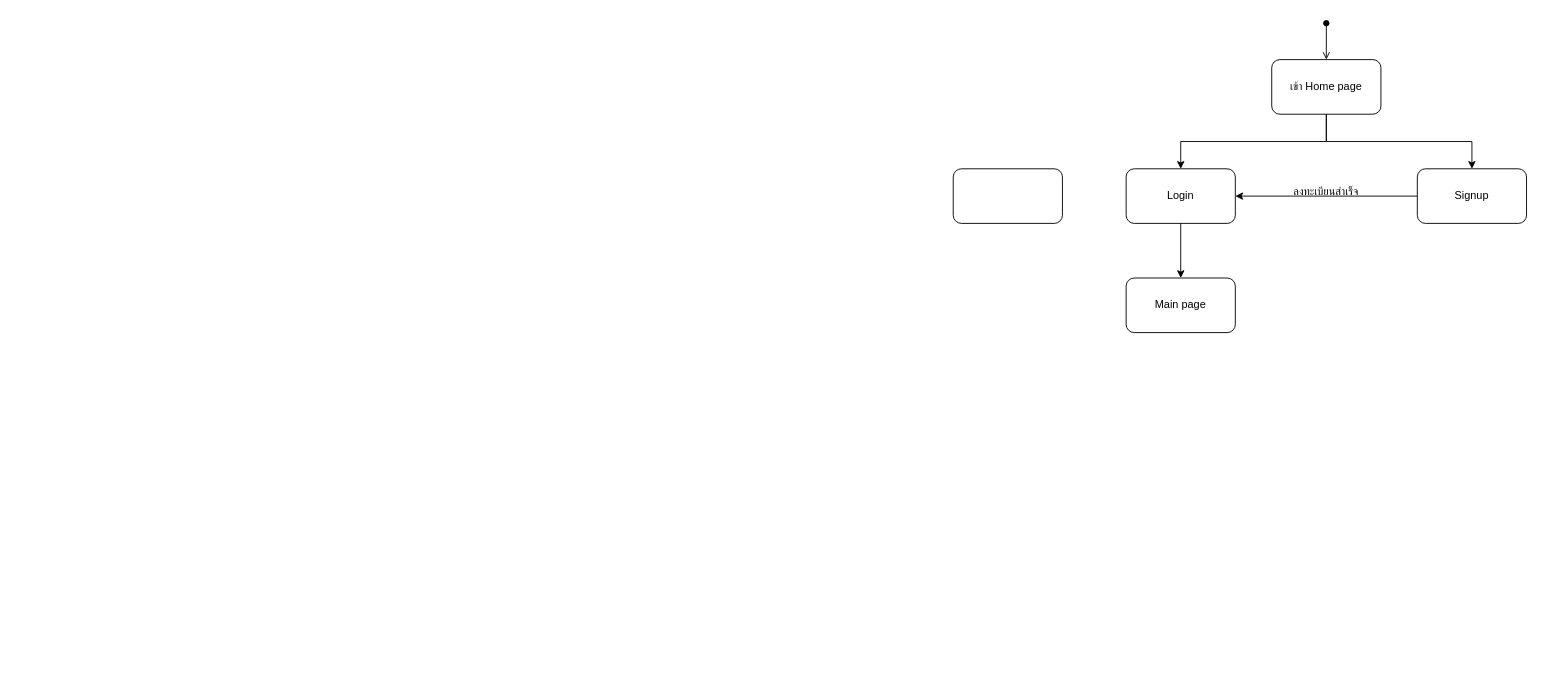
This is ActivityDiagram.drawio from AutomatedAssessmentofPythonProgramming/CEProject65-41, a draw.io file, before an edit. Source tidied: cells renumbered, new cells numbered last; positions are measured from the earlier drawing's top-left corner, leaving out a move shared by most shapes. Both pictures are drawn from the tidied source at 91%, with x=0, y=0 at pixel (953, 23).
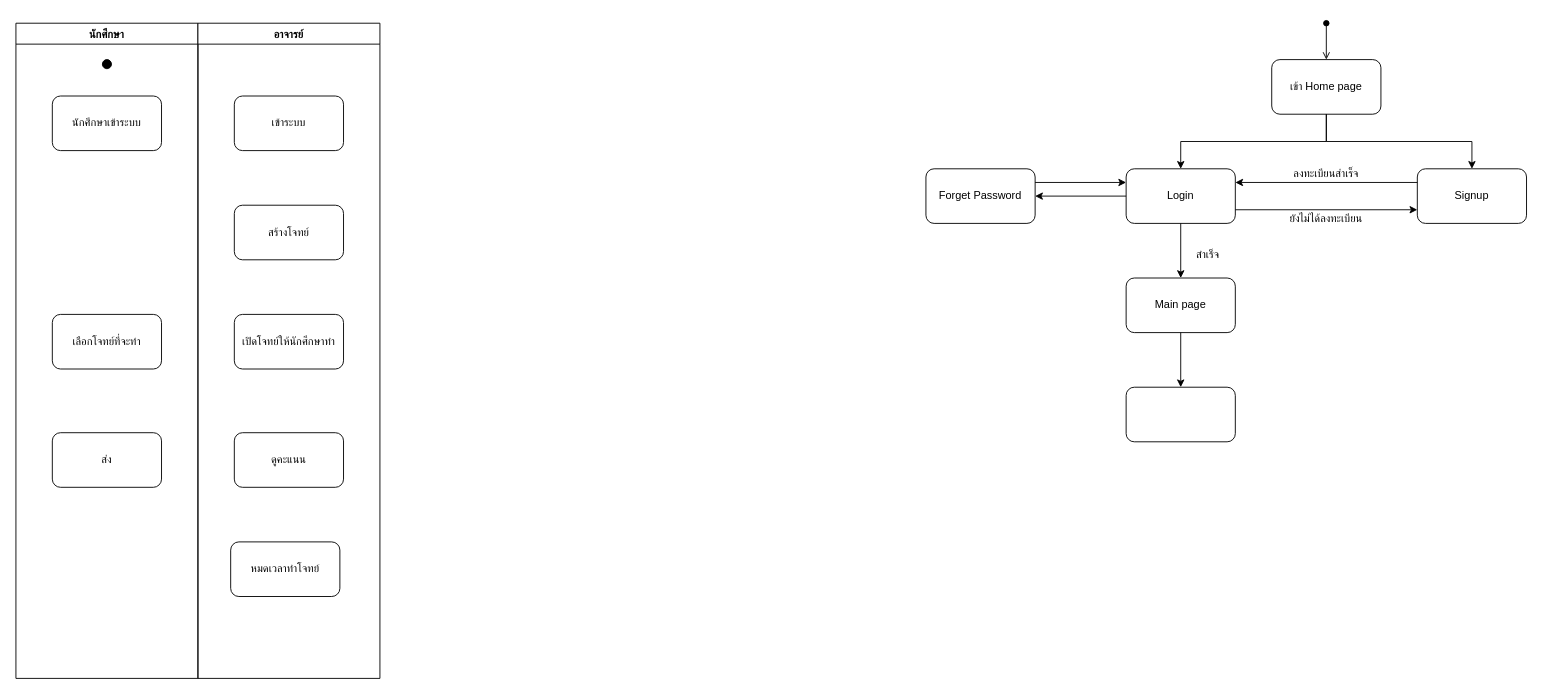
The same page after the edit.

The change refers to these unchanged cells:
```xml
<mxCell id="6" value="Login" style="rounded=1;whiteSpace=wrap;html=1;" parent="1" vertex="1">
  <mxGeometry x="190" y="160" width="120" height="60" as="geometry" />
</mxCell>
<mxCell id="7" value="Signup" style="rounded=1;whiteSpace=wrap;html=1;" parent="1" vertex="1">
  <mxGeometry x="510" y="160" width="120" height="60" as="geometry" />
</mxCell>
<mxCell id="9" value="Main page" style="rounded=1;whiteSpace=wrap;html=1;" parent="1" vertex="1">
  <mxGeometry x="190" y="280" width="120" height="60" as="geometry" />
</mxCell>
```

The edit, as a diff of the source:
```diff
@@
-    <mxCell id="10" style="endArrow=classic;html=1;rounded=0;exitX=0;exitY=0.5;exitDx=0;exitDy=0;entryX=1;entryY=0.5;entryDx=0;entryDy=0;" parent="1" edge="1" source="7" target="6">
+    <mxCell id="10" style="endArrow=classic;html=1;rounded=0;exitX=0;exitY=0.25;exitDx=0;exitDy=0;entryX=1;entryY=0.25;entryDx=0;entryDy=0;" parent="1" edge="1" source="7" target="6">
       <mxGeometry relative="1" as="geometry" />
     </mxCell>
     <mxCell id="11" value="ลงทะเบียนสำเร็จ" style="text;html=1;strokeColor=none;fillColor=none;align=center;verticalAlign=middle;whiteSpace=wrap;rounded=0;" parent="1" vertex="1">
-      <mxGeometry x="360" y="170" width="100" height="30" as="geometry" />
+      <mxGeometry x="360" y="150" width="100" height="30" as="geometry" />
     </mxCell>
-    <mxCell id="12" style="rounded=1;whiteSpace=wrap;html=1;" parent="1" vertex="1">
-      <mxGeometry y="160" width="120" height="60" as="geometry" />
+    <mxCell id="12" value="Forget Password" style="rounded=1;whiteSpace=wrap;html=1;" parent="1" vertex="1">
+      <mxGeometry x="-30" y="160" width="120" height="60" as="geometry" />
     </mxCell>
+    <mxCell id="13" value="สำเร็จ" style="text;html=1;strokeColor=none;fillColor=none;align=center;verticalAlign=middle;whiteSpace=wrap;rounded=0;" parent="1" vertex="1">
+      <mxGeometry x="250" y="240" width="60" height="30" as="geometry" />
+    </mxCell>
+    <mxCell id="14" style="endArrow=classic;html=1;rounded=0;exitX=0;exitY=0.5;exitDx=0;exitDy=0;entryX=1;entryY=0.5;entryDx=0;entryDy=0;" parent="1" edge="1" source="6" target="12">
+      <mxGeometry relative="1" as="geometry" />
+    </mxCell>
+    <mxCell id="15" style="endArrow=classic;html=1;rounded=0;entryX=0;entryY=0.75;entryDx=0;entryDy=0;exitX=1;exitY=0.75;exitDx=0;exitDy=0;" parent="1" edge="1" source="6" target="7">
+      <mxGeometry relative="1" as="geometry" />
+    </mxCell>
+    <mxCell id="16" value="ยังไม่ได้ลงทะเบียน" style="text;html=1;strokeColor=none;fillColor=none;align=center;verticalAlign=middle;whiteSpace=wrap;rounded=0;" parent="1" vertex="1">
+      <mxGeometry x="360" y="200" width="100" height="30" as="geometry" />
+    </mxCell>
+    <mxCell id="17" style="endArrow=classic;html=1;rounded=0;exitX=1;exitY=0.25;exitDx=0;exitDy=0;entryX=0;entryY=0.25;entryDx=0;entryDy=0;" parent="1" edge="1" source="12" target="6">
+      <mxGeometry relative="1" as="geometry" />
+    </mxCell>
+    <mxCell id="18" style="rounded=1;whiteSpace=wrap;html=1;" parent="1" vertex="1">
+      <mxGeometry x="190" y="400" width="120" height="60" as="geometry" />
+    </mxCell>
+    <mxCell id="19" style="endArrow=classic;html=1;rounded=0;exitX=0.5;exitY=1;exitDx=0;exitDy=0;entryX=0.5;entryY=0;entryDx=0;entryDy=0;" parent="1" edge="1" source="9" target="18">
+      <mxGeometry relative="1" as="geometry" />
+    </mxCell>
+    <mxCell id="20" style="group;" parent="1" vertex="1">
+      <mxGeometry x="-1030" width="400" height="720" as="geometry" />
+    </mxCell>
+    <mxCell id="21" value="นักศึกษา" style="swimlane;verticalAlign=middle;" parent="20" vertex="1">
+      <mxGeometry width="200" height="720" as="geometry" />
+    </mxCell>
+    <mxCell id="22" style="ellipse;whiteSpace=wrap;html=1;fillColor=#000000;" parent="21" vertex="1">
+      <mxGeometry x="95" y="40" width="10" height="10" as="geometry" />
+    </mxCell>
+    <mxCell id="23" value="นักศึกษาเข้าระบบ" style="rounded=1;whiteSpace=wrap;html=1;fillColor=#FFFFFF;" parent="21" vertex="1">
+      <mxGeometry x="40" y="80" width="120" height="60" as="geometry" />
+    </mxCell>
+    <mxCell id="24" value="เลือกโจทย์ที่จะทำ" style="rounded=1;whiteSpace=wrap;html=1;fillColor=#FFFFFF;" parent="21" vertex="1">
+      <mxGeometry x="40" y="320" width="120" height="60" as="geometry" />
+    </mxCell>
+    <mxCell id="25" value="ส่ง" style="rounded=1;whiteSpace=wrap;html=1;fillColor=#FFFFFF;" parent="21" vertex="1">
+      <mxGeometry x="40" y="450" width="120" height="60" as="geometry" />
+    </mxCell>
+    <mxCell id="26" value="อาจารย์" style="swimlane;" parent="20" vertex="1">
+      <mxGeometry x="200" width="200" height="720" as="geometry" />
+    </mxCell>
+    <mxCell id="27" value="&lt;span&gt;เข้าระบบ&lt;/span&gt;" style="rounded=1;whiteSpace=wrap;html=1;fillColor=#FFFFFF;" parent="26" vertex="1">
+      <mxGeometry x="40" y="80" width="120" height="60" as="geometry" />
+    </mxCell>
+    <mxCell id="28" value="สร้างโจทย์" style="rounded=1;whiteSpace=wrap;html=1;fillColor=#FFFFFF;" parent="26" vertex="1">
+      <mxGeometry x="40" y="200" width="120" height="60" as="geometry" />
+    </mxCell>
+    <mxCell id="29" value="เปิดโจทย์ให้นักศึกษาทำ" style="rounded=1;whiteSpace=wrap;html=1;fillColor=#FFFFFF;" parent="26" vertex="1">
+      <mxGeometry x="40" y="320" width="120" height="60" as="geometry" />
+    </mxCell>
+    <mxCell id="30" value="หมดเวลาทำโจทย์" style="rounded=1;whiteSpace=wrap;html=1;fillColor=#FFFFFF;" parent="26" vertex="1">
+      <mxGeometry x="36" y="570" width="120" height="60" as="geometry" />
+    </mxCell>
+    <mxCell id="31" value="ดูคะแนน" style="rounded=1;whiteSpace=wrap;html=1;fillColor=#FFFFFF;" parent="26" vertex="1">
+      <mxGeometry x="40" y="450" width="120" height="60" as="geometry" />
+    </mxCell>
```
